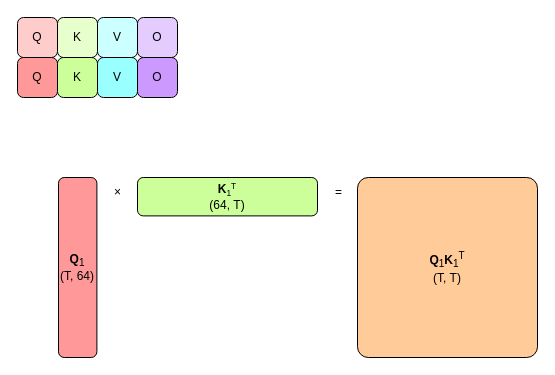
Earlier version of the draw.io diagram page "qkt" (9 of 17) of books/toyllm/draw/ch06.drawio (zxh0/ann-book). Source tidied: cells renumbered, new cells numbered last; positions are measured from the earlier drawing's top-left corner, leaving out a move shared by most shapes. Both pictures are drawn from the tidied source at 100%, with x=0, y=0 at pixel (17, 17).
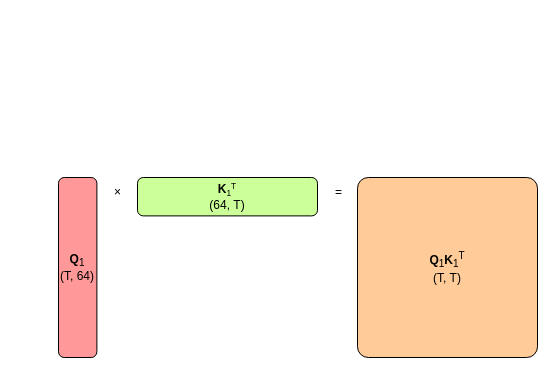
The same diagram, later.

Change to the diagram source:
```diff
@@
 <mxGraphModel>
   <root>
     <mxCell id="0" />
     <mxCell id="1" parent="0" />
     <mxCell id="2" value="&lt;b&gt;Q&lt;/b&gt;&lt;sub&gt;1&lt;/sub&gt;&lt;b&gt;K&lt;/b&gt;&lt;sub&gt;1&lt;/sub&gt;&lt;sup&gt;T&lt;/sup&gt;&lt;br&gt;(T, T)" style="rounded=1;whiteSpace=wrap;html=1;fillColor=#FFCC99;arcSize=6;" parent="1" vertex="1">
       <mxGeometry x="340" y="160" width="180" height="180" as="geometry" />
     </mxCell>
     <mxCell id="3" value="×" style="text;html=1;align=center;verticalAlign=middle;strokeColor=none;fillColor=none;" parent="1" vertex="1">
       <mxGeometry x="85" y="160" width="30" height="30" as="geometry" />
     </mxCell>
     <mxCell id="4" value="=" style="text;html=1;align=center;verticalAlign=middle;strokeColor=none;fillColor=none;" parent="1" vertex="1">
       <mxGeometry x="306" y="160" width="30" height="30" as="geometry" />
     </mxCell>
-    <mxCell id="5" value="Q" style="rounded=1;whiteSpace=wrap;html=1;fillColor=#FFCCCC;" parent="1" vertex="1">
-      <mxGeometry width="40" height="40" as="geometry" />
-    </mxCell>
-    <mxCell id="6" value="K" style="rounded=1;whiteSpace=wrap;html=1;fillColor=#E6FFCC;" parent="1" vertex="1">
-      <mxGeometry x="40" width="40" height="40" as="geometry" />
-    </mxCell>
-    <mxCell id="7" value="V" style="rounded=1;whiteSpace=wrap;html=1;fillColor=#CCFFFF;" parent="1" vertex="1">
-      <mxGeometry x="80" width="40" height="40" as="geometry" />
-    </mxCell>
-    <mxCell id="8" value="&lt;div&gt;O&lt;/div&gt;" style="rounded=1;whiteSpace=wrap;html=1;fillColor=#E5CCFF;" parent="1" vertex="1">
-      <mxGeometry x="120" width="40" height="40" as="geometry" />
-    </mxCell>
-    <mxCell id="9" value="Q" style="rounded=1;whiteSpace=wrap;html=1;fillColor=#FF9999;" parent="1" vertex="1">
-      <mxGeometry y="40" width="40" height="40" as="geometry" />
-    </mxCell>
-    <mxCell id="10" value="K" style="rounded=1;whiteSpace=wrap;html=1;fillColor=#CCFF99;" parent="1" vertex="1">
-      <mxGeometry x="40" y="40" width="40" height="40" as="geometry" />
-    </mxCell>
-    <mxCell id="11" value="V" style="rounded=1;whiteSpace=wrap;html=1;fillColor=#99FFFF;" parent="1" vertex="1">
-      <mxGeometry x="80" y="40" width="40" height="40" as="geometry" />
-    </mxCell>
-    <mxCell id="12" value="&lt;div&gt;O&lt;/div&gt;" style="rounded=1;whiteSpace=wrap;html=1;fillColor=#CC99FF;" parent="1" vertex="1">
-      <mxGeometry x="120" y="40" width="40" height="40" as="geometry" />
-    </mxCell>
     <mxCell id="13" value="&lt;b&gt;Q&lt;/b&gt;&lt;sub&gt;1&lt;/sub&gt;&lt;br&gt;(T, 64)" style="rounded=1;whiteSpace=wrap;html=1;fillColor=#FF9999;" parent="1" vertex="1">
       <mxGeometry x="41" y="160" width="38.4" height="180" as="geometry" />
     </mxCell>
     <mxCell id="14" value="&lt;b&gt;K&lt;/b&gt;&lt;span style=&quot;font-size: 10px;&quot;&gt;&lt;sub&gt;1&lt;/sub&gt;&lt;sup&gt;T&lt;/sup&gt;&lt;/span&gt;&lt;br&gt;(&lt;span style=&quot;color: rgb(0, 0, 0);&quot;&gt;64,&amp;nbsp;&lt;/span&gt;T)" style="rounded=1;whiteSpace=wrap;html=1;fillColor=#CCFF99;" parent="1" vertex="1">
       <mxGeometry x="120" y="160" width="180" height="38.4" as="geometry" />
     </mxCell>
   </root>
 </mxGraphModel>
```
